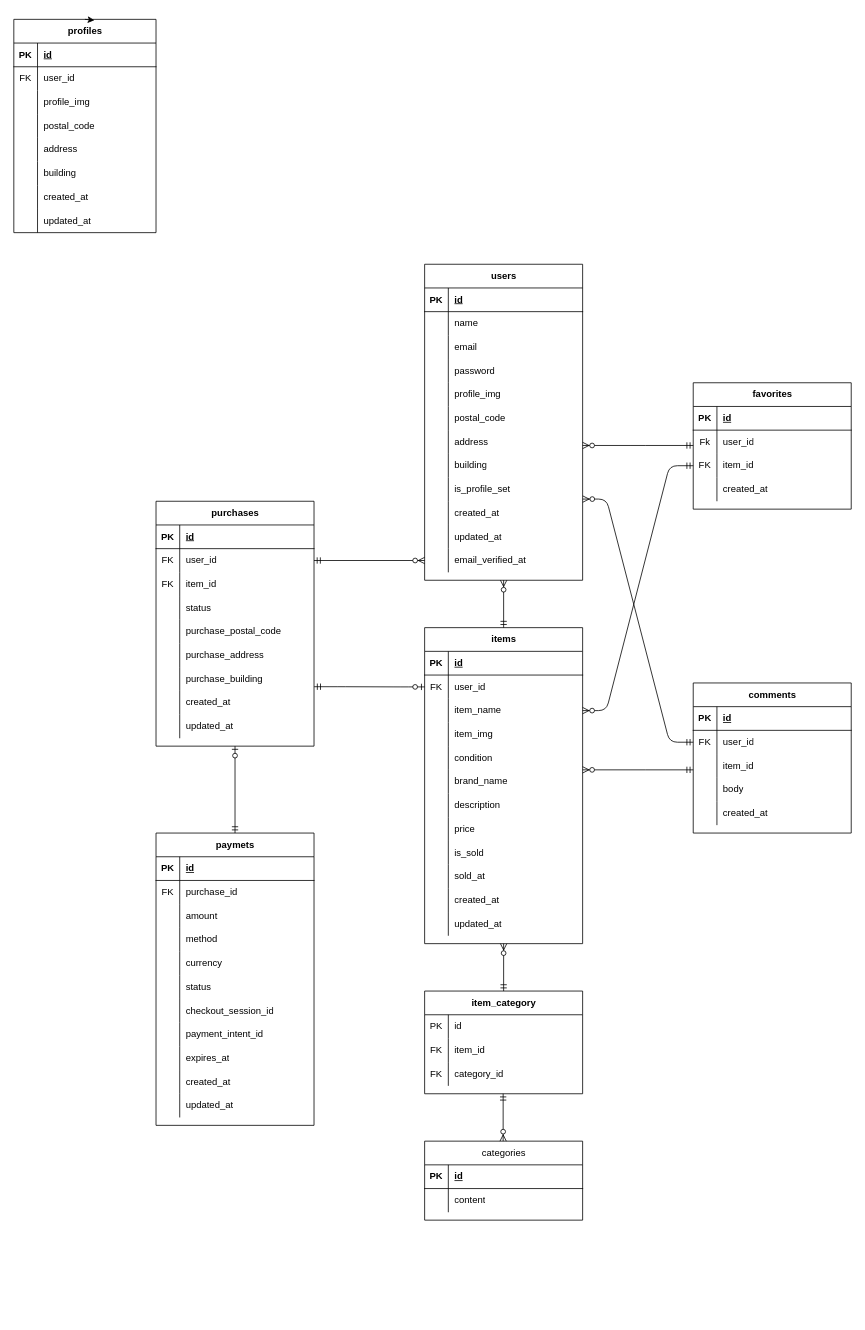
This is flea-market-app.dio from hosokawauso/flea-market-app, a draw.io file, before an edit. Source tidied: cells renumbered, new cells numbered last; positions are measured from the earlier drawing's top-left corner, leaving out a move shared by most shapes. Both pictures are drawn from the tidied source at 79%, with x=0, y=0 at pixel (13, 19).
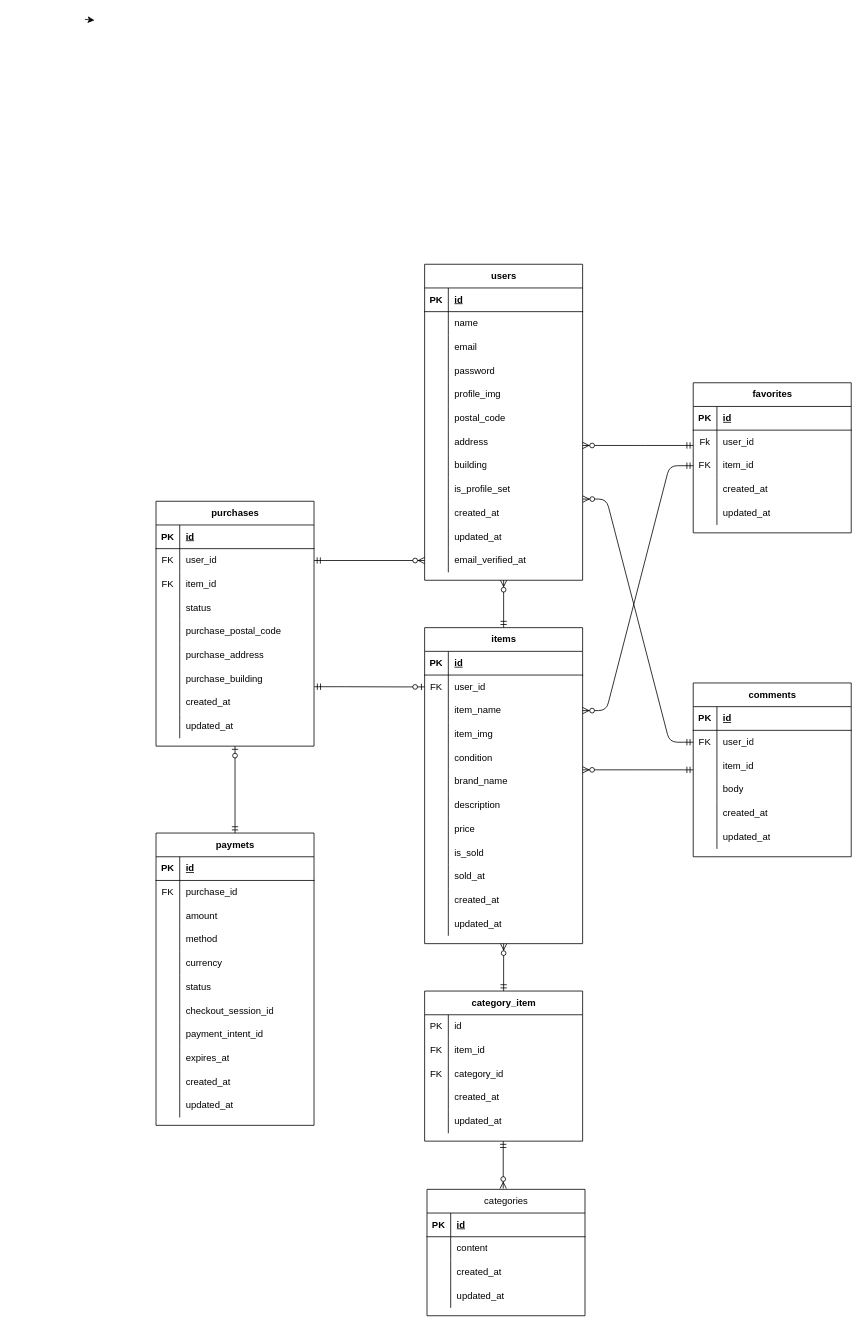
The same diagram, later.

Change to the diagram source:
```diff
@@
     <mxCell id="36" value="categories" style="shape=table;startSize=30;childLayout=tableLayout;rowLines=0;fontStyle=0;align=center;html=1;" parent="1" vertex="1">
-      <mxGeometry x="520" y="1420" width="200" height="100" as="geometry" />
+      <mxGeometry x="523" y="1481" width="200" height="160" as="geometry" />
     </mxCell>
@@
+    <mxCell id="220" style="shape=tableRow;horizontal=0;startSize=0;swimlaneHead=0;swimlaneBody=0;fillColor=none;top=0;left=0;right=0;bottom=0;" parent="36" vertex="1">
+      <mxGeometry y="90" width="200" height="30" as="geometry" />
+    </mxCell>
+    <mxCell id="221" style="shape=partialRectangle;fillColor=none;top=0;left=0;bottom=0;right=0;overflow=hidden;whiteSpace=wrap;html=1;" parent="220" vertex="1">
+      <mxGeometry width="30" height="30" as="geometry" />
+    </mxCell>
+    <mxCell id="222" value="created_at" style="shape=partialRectangle;fillColor=none;top=0;left=0;bottom=0;right=0;align=left;spacingLeft=6;overflow=hidden;whiteSpace=wrap;html=1;" parent="220" vertex="1">
+      <mxGeometry x="30" width="170" height="30" as="geometry" />
+    </mxCell>
+    <mxCell id="223" style="shape=tableRow;horizontal=0;startSize=0;swimlaneHead=0;swimlaneBody=0;fillColor=none;top=0;left=0;right=0;bottom=0;" parent="36" vertex="1">
+      <mxGeometry y="120" width="200" height="30" as="geometry" />
+    </mxCell>
+    <mxCell id="224" style="shape=partialRectangle;fillColor=none;top=0;left=0;bottom=0;right=0;overflow=hidden;whiteSpace=wrap;html=1;" parent="223" vertex="1">
+      <mxGeometry width="30" height="30" as="geometry" />
+    </mxCell>
+    <mxCell id="225" value="updated_at" style="shape=partialRectangle;fillColor=none;top=0;left=0;bottom=0;right=0;align=left;spacingLeft=6;overflow=hidden;whiteSpace=wrap;html=1;" parent="223" vertex="1">
+      <mxGeometry x="30" width="170" height="30" as="geometry" />
+    </mxCell>
@@
     <mxCell id="80" value="favorites" style="shape=table;startSize=30;childLayout=tableLayout;rowLines=0;fontStyle=1;align=center;html=1;" parent="1" vertex="1">
-      <mxGeometry x="860" y="460" width="200" height="160" as="geometry" />
+      <mxGeometry x="860" y="460" width="200" height="190" as="geometry" />
     </mxCell>
@@
+    <mxCell id="226" style="shape=tableRow;horizontal=0;startSize=0;swimlaneHead=0;swimlaneBody=0;fillColor=none;top=0;left=0;right=0;bottom=0;" parent="80" vertex="1">
+      <mxGeometry y="150" width="200" height="30" as="geometry" />
+    </mxCell>
+    <mxCell id="227" style="shape=partialRectangle;fillColor=none;top=0;left=0;bottom=0;right=0;overflow=hidden;whiteSpace=wrap;html=1;" parent="226" vertex="1">
+      <mxGeometry width="30" height="30" as="geometry" />
+    </mxCell>
+    <mxCell id="228" value="updated_at" style="shape=partialRectangle;fillColor=none;top=0;left=0;bottom=0;right=0;align=left;spacingLeft=6;overflow=hidden;whiteSpace=wrap;html=1;" parent="226" vertex="1">
+      <mxGeometry x="30" width="170" height="30" as="geometry" />
+    </mxCell>
     <mxCell id="93" value="comments" style="shape=table;startSize=30;childLayout=tableLayout;rowLines=0;fontStyle=1;align=center;html=1;" parent="1" vertex="1">
-      <mxGeometry x="860" y="840" width="200" height="190" as="geometry" />
+      <mxGeometry x="860" y="840" width="200" height="220" as="geometry" />
     </mxCell>
@@
+    <mxCell id="229" style="shape=tableRow;horizontal=0;startSize=0;swimlaneHead=0;swimlaneBody=0;fillColor=none;top=0;left=0;right=0;bottom=0;" parent="93" vertex="1">
+      <mxGeometry y="180" width="200" height="30" as="geometry" />
+    </mxCell>
+    <mxCell id="230" style="shape=partialRectangle;fillColor=none;top=0;left=0;bottom=0;right=0;overflow=hidden;whiteSpace=wrap;html=1;" parent="229" vertex="1">
+      <mxGeometry width="30" height="30" as="geometry" />
+    </mxCell>
+    <mxCell id="231" value="updated_at" style="shape=partialRectangle;fillColor=none;top=0;left=0;bottom=0;right=0;align=left;spacingLeft=6;overflow=hidden;whiteSpace=wrap;html=1;" parent="229" vertex="1">
+      <mxGeometry x="30" width="170" height="30" as="geometry" />
+    </mxCell>
-    <mxCell id="109" value="item_category" style="shape=table;startSize=30;childLayout=tableLayout;rowLines=0;fontStyle=1;align=center;html=1;" parent="1" vertex="1">
-      <mxGeometry x="520" y="1230" width="200" height="130" as="geometry" />
+    <mxCell id="109" value="category_item" style="shape=table;startSize=30;childLayout=tableLayout;rowLines=0;fontStyle=1;align=center;html=1;" parent="1" vertex="1">
+      <mxGeometry x="520" y="1230" width="200" height="190" as="geometry" />
     </mxCell>
@@
+    <mxCell id="232" style="shape=tableRow;horizontal=0;startSize=0;swimlaneHead=0;swimlaneBody=0;fillColor=none;top=0;left=0;right=0;bottom=0;" parent="109" vertex="1">
+      <mxGeometry y="120" width="200" height="30" as="geometry" />
+    </mxCell>
+    <mxCell id="233" style="shape=partialRectangle;fillColor=none;top=0;left=0;bottom=0;right=0;overflow=hidden;whiteSpace=wrap;html=1;" parent="232" vertex="1">
+      <mxGeometry width="30" height="30" as="geometry" />
+    </mxCell>
+    <mxCell id="234" value="created_at" style="shape=partialRectangle;fillColor=none;top=0;left=0;bottom=0;right=0;align=left;spacingLeft=6;overflow=hidden;whiteSpace=wrap;html=1;" parent="232" vertex="1">
+      <mxGeometry x="30" width="170" height="30" as="geometry" />
+    </mxCell>
+    <mxCell id="235" style="shape=tableRow;horizontal=0;startSize=0;swimlaneHead=0;swimlaneBody=0;fillColor=none;top=0;left=0;right=0;bottom=0;" parent="109" vertex="1">
+      <mxGeometry y="150" width="200" height="30" as="geometry" />
+    </mxCell>
+    <mxCell id="236" style="shape=partialRectangle;fillColor=none;top=0;left=0;bottom=0;right=0;overflow=hidden;whiteSpace=wrap;html=1;" parent="235" vertex="1">
+      <mxGeometry width="30" height="30" as="geometry" />
+    </mxCell>
+    <mxCell id="237" value="updated_at" style="shape=partialRectangle;fillColor=none;top=0;left=0;bottom=0;right=0;align=left;spacingLeft=6;overflow=hidden;whiteSpace=wrap;html=1;" parent="235" vertex="1">
+      <mxGeometry x="30" width="170" height="30" as="geometry" />
+    </mxCell>
@@
-    <mxCell id="184" value="profiles" style="shape=table;startSize=30;childLayout=tableLayout;rowLines=0;fontStyle=1;align=center;html=1;" parent="1" vertex="1">
-      <mxGeometry width="180" height="270" as="geometry" />
-    </mxCell>
-    <mxCell id="185" style="shape=tableRow;horizontal=0;startSize=0;swimlaneHead=0;swimlaneBody=0;fillColor=none;top=0;left=0;right=0;bottom=1;" parent="184" vertex="1">
-      <mxGeometry y="30" width="180" height="30" as="geometry" />
-    </mxCell>
-    <mxCell id="186" value="PK" style="shape=partialRectangle;fillColor=none;top=0;left=0;bottom=0;right=0;fontStyle=1;overflow=hidden;whiteSpace=wrap;html=1;" parent="185" vertex="1">
-      <mxGeometry width="30" height="30" as="geometry" />
-    </mxCell>
-    <mxCell id="187" value="id" style="shape=partialRectangle;fillColor=none;top=0;left=0;bottom=0;right=0;align=left;spacingLeft=6;fontStyle=5;overflow=hidden;whiteSpace=wrap;html=1;" parent="185" vertex="1">
-      <mxGeometry x="30" width="150" height="30" as="geometry" />
-    </mxCell>
-    <mxCell id="188" style="shape=tableRow;horizontal=0;startSize=0;swimlaneHead=0;swimlaneBody=0;fillColor=none;top=0;left=0;right=0;bottom=0;" parent="184" vertex="1">
-      <mxGeometry y="60" width="180" height="30" as="geometry" />
-    </mxCell>
-    <mxCell id="189" value="FK" style="shape=partialRectangle;fillColor=none;top=0;left=0;bottom=0;right=0;overflow=hidden;whiteSpace=wrap;html=1;" parent="188" vertex="1">
-      <mxGeometry width="30" height="30" as="geometry" />
-    </mxCell>
-    <mxCell id="190" value="user_id" style="shape=partialRectangle;fillColor=none;top=0;left=0;bottom=0;right=0;align=left;spacingLeft=6;overflow=hidden;whiteSpace=wrap;html=1;" parent="188" vertex="1">
-      <mxGeometry x="30" width="150" height="30" as="geometry" />
-    </mxCell>
-    <mxCell id="191" style="shape=tableRow;horizontal=0;startSize=0;swimlaneHead=0;swimlaneBody=0;fillColor=none;top=0;left=0;right=0;bottom=0;" parent="184" vertex="1">
-      <mxGeometry y="90" width="180" height="30" as="geometry" />
-    </mxCell>
-    <mxCell id="192" style="shape=partialRectangle;fillColor=none;top=0;left=0;bottom=0;right=0;overflow=hidden;whiteSpace=wrap;html=1;" parent="191" vertex="1">
-      <mxGeometry width="30" height="30" as="geometry" />
-    </mxCell>
-    <mxCell id="193" value="profile_img" style="shape=partialRectangle;fillColor=none;top=0;left=0;bottom=0;right=0;align=left;spacingLeft=6;overflow=hidden;whiteSpace=wrap;html=1;" parent="191" vertex="1">
-      <mxGeometry x="30" width="150" height="30" as="geometry" />
-    </mxCell>
-    <mxCell id="194" style="shape=tableRow;horizontal=0;startSize=0;swimlaneHead=0;swimlaneBody=0;fillColor=none;top=0;left=0;right=0;bottom=0;" parent="184" vertex="1">
-      <mxGeometry y="120" width="180" height="30" as="geometry" />
-    </mxCell>
-    <mxCell id="195" style="shape=partialRectangle;fillColor=none;top=0;left=0;bottom=0;right=0;overflow=hidden;whiteSpace=wrap;html=1;" parent="194" vertex="1">
-      <mxGeometry width="30" height="30" as="geometry" />
-    </mxCell>
-    <mxCell id="196" value="postal_code" style="shape=partialRectangle;fillColor=none;top=0;left=0;bottom=0;right=0;align=left;spacingLeft=6;overflow=hidden;whiteSpace=wrap;html=1;" parent="194" vertex="1">
-      <mxGeometry x="30" width="150" height="30" as="geometry" />
-    </mxCell>
-    <mxCell id="197" style="shape=tableRow;horizontal=0;startSize=0;swimlaneHead=0;swimlaneBody=0;fillColor=none;top=0;left=0;right=0;bottom=0;" parent="184" vertex="1">
-      <mxGeometry y="150" width="180" height="30" as="geometry" />
-    </mxCell>
-    <mxCell id="198" style="shape=partialRectangle;fillColor=none;top=0;left=0;bottom=0;right=0;overflow=hidden;whiteSpace=wrap;html=1;" parent="197" vertex="1">
-      <mxGeometry width="30" height="30" as="geometry" />
-    </mxCell>
-    <mxCell id="199" value="address" style="shape=partialRectangle;fillColor=none;top=0;left=0;bottom=0;right=0;align=left;spacingLeft=6;overflow=hidden;whiteSpace=wrap;html=1;" parent="197" vertex="1">
-      <mxGeometry x="30" width="150" height="30" as="geometry" />
-    </mxCell>
-    <mxCell id="200" style="shape=tableRow;horizontal=0;startSize=0;swimlaneHead=0;swimlaneBody=0;fillColor=none;top=0;left=0;right=0;bottom=0;" parent="184" vertex="1">
-      <mxGeometry y="180" width="180" height="30" as="geometry" />
-    </mxCell>
-    <mxCell id="201" style="shape=partialRectangle;fillColor=none;top=0;left=0;bottom=0;right=0;overflow=hidden;whiteSpace=wrap;html=1;" parent="200" vertex="1">
-      <mxGeometry width="30" height="30" as="geometry" />
-    </mxCell>
-    <mxCell id="202" value="building" style="shape=partialRectangle;fillColor=none;top=0;left=0;bottom=0;right=0;align=left;spacingLeft=6;overflow=hidden;whiteSpace=wrap;html=1;" parent="200" vertex="1">
-      <mxGeometry x="30" width="150" height="30" as="geometry" />
-    </mxCell>
-    <mxCell id="203" style="shape=tableRow;horizontal=0;startSize=0;swimlaneHead=0;swimlaneBody=0;fillColor=none;top=0;left=0;right=0;bottom=0;" parent="184" vertex="1">
-      <mxGeometry y="210" width="180" height="30" as="geometry" />
-    </mxCell>
-    <mxCell id="204" style="shape=partialRectangle;fillColor=none;top=0;left=0;bottom=0;right=0;overflow=hidden;whiteSpace=wrap;html=1;" parent="203" vertex="1">
-      <mxGeometry width="30" height="30" as="geometry" />
-    </mxCell>
-    <mxCell id="205" value="created_at" style="shape=partialRectangle;fillColor=none;top=0;left=0;bottom=0;right=0;align=left;spacingLeft=6;overflow=hidden;whiteSpace=wrap;html=1;" parent="203" vertex="1">
-      <mxGeometry x="30" width="150" height="30" as="geometry" />
-    </mxCell>
-    <mxCell id="206" style="shape=tableRow;horizontal=0;startSize=0;swimlaneHead=0;swimlaneBody=0;fillColor=none;top=0;left=0;right=0;bottom=0;" parent="184" vertex="1">
-      <mxGeometry y="240" width="180" height="30" as="geometry" />
-    </mxCell>
-    <mxCell id="207" style="shape=partialRectangle;fillColor=none;top=0;left=0;bottom=0;right=0;overflow=hidden;whiteSpace=wrap;html=1;" parent="206" vertex="1">
-      <mxGeometry width="30" height="30" as="geometry" />
-    </mxCell>
-    <mxCell id="208" value="updated_at" style="shape=partialRectangle;fillColor=none;top=0;left=0;bottom=0;right=0;align=left;spacingLeft=6;overflow=hidden;whiteSpace=wrap;html=1;" parent="206" vertex="1">
-      <mxGeometry x="30" width="150" height="30" as="geometry" />
-    </mxCell>
-    <mxCell id="209" style="edgeStyle=none;html=1;exitX=0.5;exitY=0;exitDx=0;exitDy=0;entryX=0.567;entryY=0.004;entryDx=0;entryDy=0;entryPerimeter=0;" parent="1" edge="1" source="184" target="184">
-      <mxGeometry relative="1" as="geometry" />
+    <mxCell id="209" style="edgeStyle=none;html=1;exitX=0.5;exitY=0;exitDx=0;exitDy=0;entryX=0.567;entryY=0.004;entryDx=0;entryDy=0;entryPerimeter=0;" parent="1" edge="1">
+      <mxGeometry relative="1" as="geometry">
+        <mxPoint x="90" as="sourcePoint" />
+        <mxPoint x="102.1" y="1.1" as="targetPoint" />
+      </mxGeometry>
     </mxCell>
@@
     <mxCell id="219" style="fontSize=12;html=1;endArrow=ERzeroToMany;startArrow=ERmandOne;exitX=0.5;exitY=0;exitDx=0;exitDy=0;entryX=0.5;entryY=1;entryDx=0;entryDy=0;" parent="1" edge="1">
       <mxGeometry relative="1" as="geometry">
-        <mxPoint x="619.4" y="1360" as="sourcePoint" />
-        <mxPoint x="619.4" y="1420" as="targetPoint" />
+        <mxPoint x="619.5" y="1420" as="sourcePoint" />
+        <mxPoint x="619.5" y="1480" as="targetPoint" />
       </mxGeometry>
     </mxCell>
```
